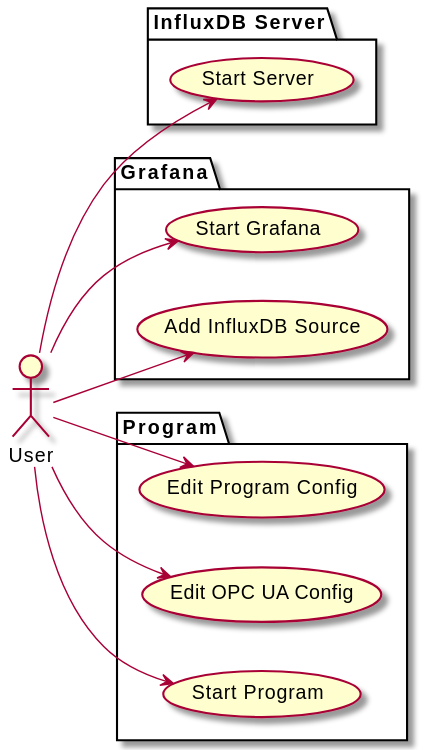
Above: architecture/use_case_diagram.svg in Praktikum-PvAS/process-historian (PlantUML), before the change.
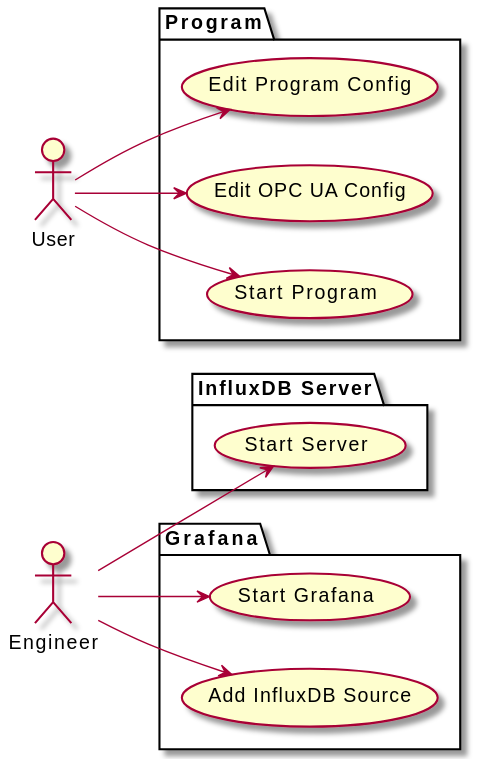
Above is the later version.

Change to the diagram source:
```diff
@@ -1,5 +1,6 @@
-@startuml "Use Case"
+@startuml
 left to right direction
+actor Engineer as e
 actor User as u
 package "InfluxDB Server" {
   usecase "Start Server" as starti
@@ -13,9 +14,9 @@
   usecase "Edit OPC UA Config" as edito
   usecase "Start Program" as startp
 }
-u --> starti
-u --> startg
-u --> confi
+e --> starti
+e --> startg
+e --> confi
 u --> editp
 u --> edito
 u --> startp
```
